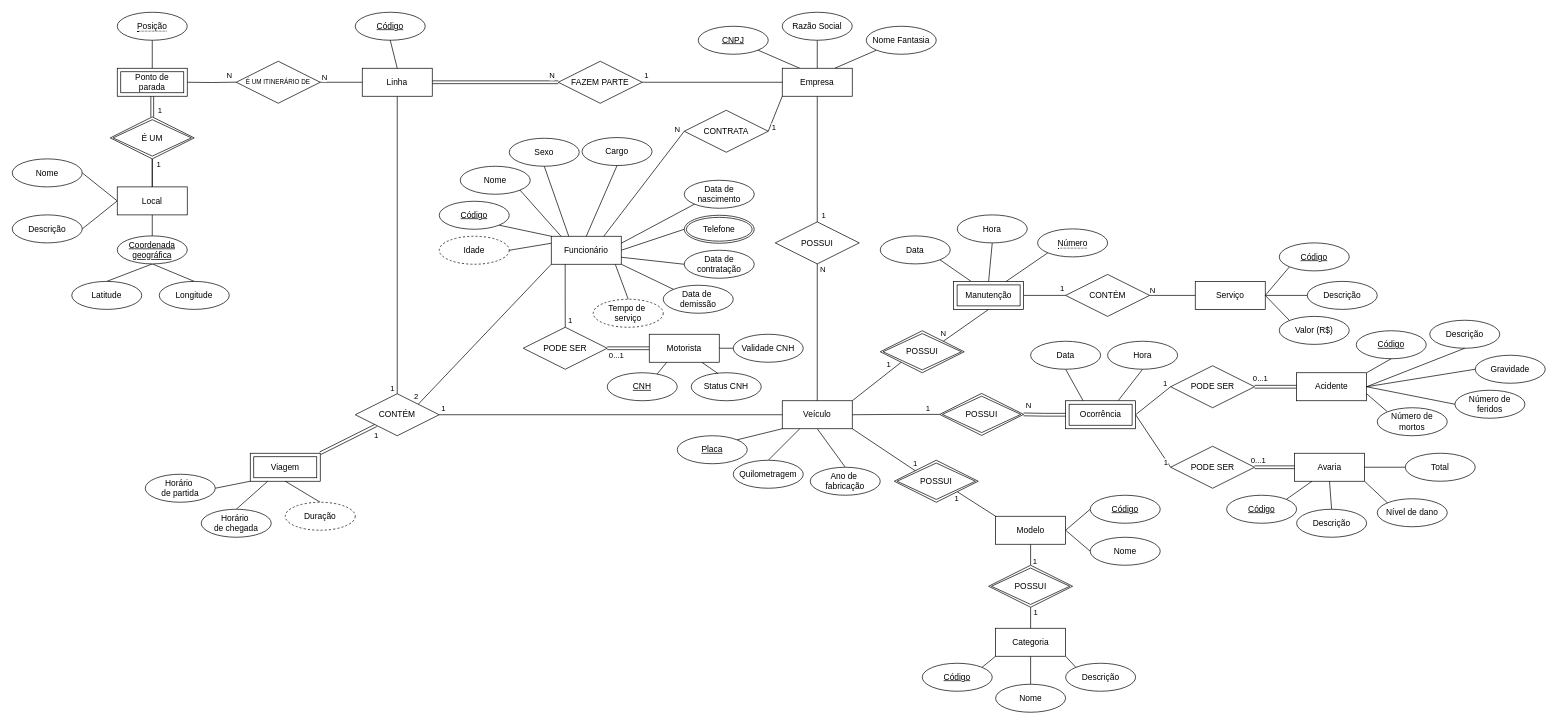
Earlier version of the draw.io diagram drawio/conceptual_model.drawio (gscolombo/Projeto---BD). Source tidied: cells renumbered, new cells numbered last; positions are measured from the earlier drawing's top-left corner, leaving out a move shared by most shapes. Both pictures are drawn from the tidied source at 70%, with x=0, y=0 at pixel (12, 12).
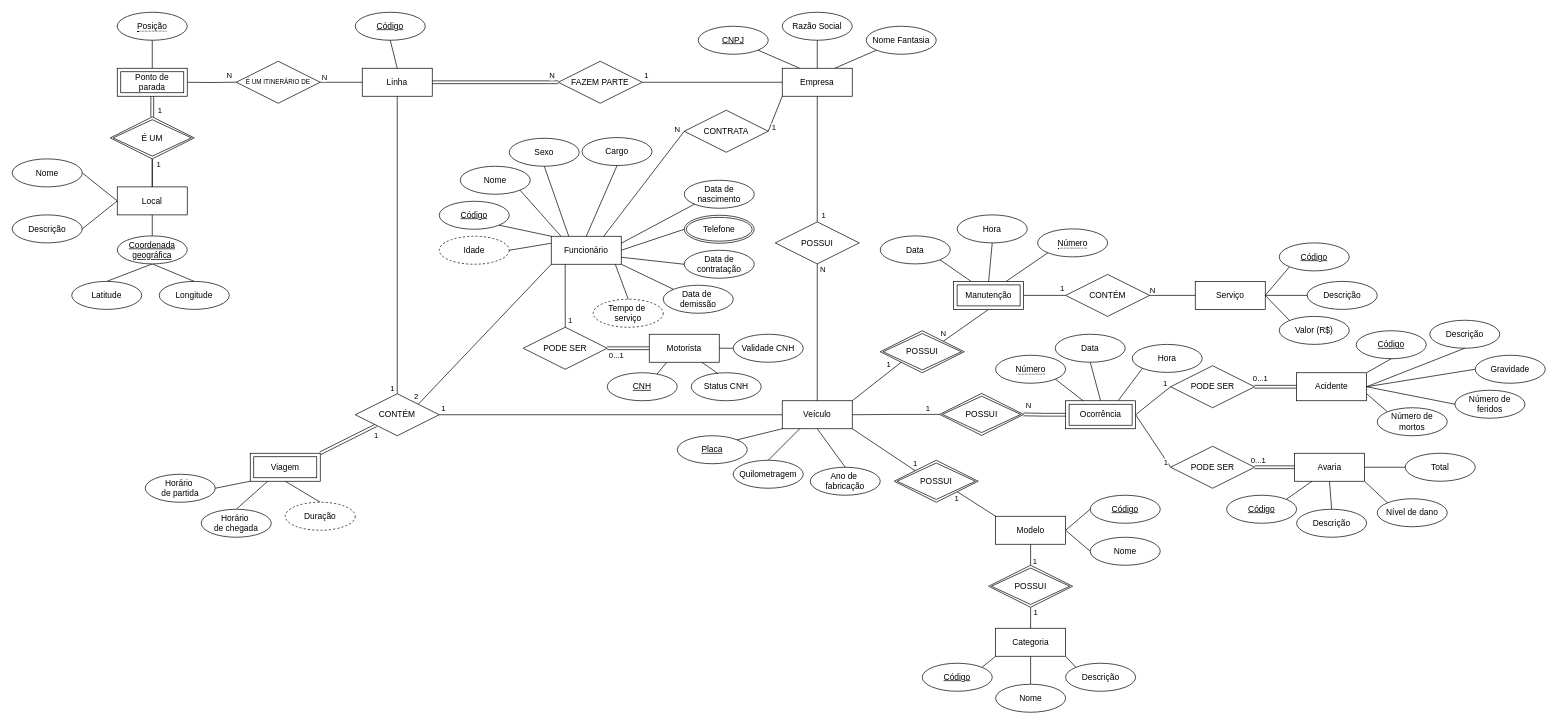
Above is the later version.

Commit message:
Inclusão de chave parcial em ocorrência

Unchanged cells that the change refers to:
```xml
<mxCell id="29" value="Ocorrência" style="shape=ext;margin=3;double=1;whiteSpace=wrap;html=1;align=center;" parent="1" vertex="1">
  <mxGeometry x="1504.8" y="555" width="100" height="40" as="geometry" />
</mxCell>
```

What changed in the source:
```diff
@@
-    <mxCell id="27" style="rounded=0;jettySize=auto;html=1;exitX=0.75;exitY=0;exitDx=0;exitDy=0;entryX=0.5;entryY=1;entryDx=0;entryDy=0;endArrow=none;endFill=0;" parent="1" edge="1" source="29" target="91">
+    <mxCell id="27" style="rounded=0;jettySize=auto;html=1;exitX=0.75;exitY=0;exitDx=0;exitDy=0;entryX=0;entryY=1;entryDx=0;entryDy=0;endArrow=none;endFill=0;" parent="1" edge="1" source="29" target="91">
       <mxGeometry relative="1" as="geometry" />
     </mxCell>
-    <mxCell id="28" style="rounded=0;jettySize=auto;html=1;exitX=0.25;exitY=0;exitDx=0;exitDy=0;entryX=0.5;entryY=1;entryDx=0;entryDy=0;endArrow=none;endFill=0;" parent="1" edge="1" source="29" target="90">
+    <mxCell id="28" style="rounded=0;jettySize=auto;html=1;exitX=0.5;exitY=0;exitDx=0;exitDy=0;entryX=0.5;entryY=1;entryDx=0;entryDy=0;endArrow=none;endFill=0;" parent="1" edge="1" source="29" target="90">
       <mxGeometry relative="1" as="geometry" />
     </mxCell>
@@
     <mxCell id="90" value="Data" style="ellipse;whiteSpace=wrap;html=1;align=center;fontStyle=0;" parent="1" vertex="1">
-      <mxGeometry x="1454.8" y="470" width="100" height="40" as="geometry" />
+      <mxGeometry x="1490" y="460" width="100" height="40" as="geometry" />
     </mxCell>
     <mxCell id="91" value="Hora" style="ellipse;whiteSpace=wrap;html=1;align=center;fontStyle=0;" parent="1" vertex="1">
-      <mxGeometry x="1564.8" y="470" width="100" height="40" as="geometry" />
+      <mxGeometry x="1600" y="474.5" width="100" height="40" as="geometry" />
     </mxCell>
@@
+    <mxCell id="196" value="&lt;span style=&quot;border-bottom: 1px dotted;&quot;&gt;Número&lt;/span&gt;" style="ellipse;whiteSpace=wrap;html=1;align=center;" parent="1" vertex="1">
+      <mxGeometry x="1404.8" y="490" width="100" height="40" as="geometry" />
+    </mxCell>
+    <mxCell id="197" style="rounded=0;jettySize=auto;html=1;exitX=0.25;exitY=0;exitDx=0;exitDy=0;entryX=1;entryY=1;entryDx=0;entryDy=0;endArrow=none;endFill=0;" parent="1" edge="1" source="29" target="196">
+      <mxGeometry relative="1" as="geometry" />
+    </mxCell>
```
